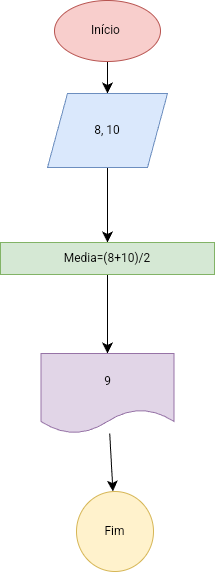
The draw.io diagram variaveiseoperadoresaritimeticos/Cálculomédia.drawio.png in juliaaparecida120/PA_2025, before a commit. Source tidied: cells renumbered, new cells last; positions are measured from the earlier drawing's top-left corner, leaving out a move shared by most shapes. The source it was exported from:
```xml
<mxGraphModel>
  <root>
    <mxCell id="0" />
    <mxCell id="1" parent="0" />
    <mxCell id="2" style="edgeStyle=none;curved=1;rounded=0;jettySize=auto;html=1;fontSize=12;startSize=8;endSize=8;" parent="1" edge="1" source="3" target="5">
      <mxGeometry relative="1" as="geometry" />
    </mxCell>
    <mxCell id="3" value="Início&amp;nbsp;" style="ellipse;whiteSpace=wrap;html=1;fillColor=#f8cecc;strokeColor=#b85450;" parent="1" vertex="1">
      <mxGeometry x="54" width="106" height="61" as="geometry" />
    </mxCell>
    <mxCell id="4" style="edgeStyle=none;curved=1;rounded=0;jettySize=auto;html=1;fontSize=12;startSize=8;endSize=8;" parent="1" edge="1" source="5" target="7">
      <mxGeometry relative="1" as="geometry" />
    </mxCell>
    <mxCell id="5" value="8, 10" style="shape=parallelogram;perimeter=parallelogramPerimeter;whiteSpace=wrap;html=1;fixedSize=1;fillColor=#dae8fc;strokeColor=#6c8ebf;" parent="1" vertex="1">
      <mxGeometry x="47" y="93" width="120" height="74" as="geometry" />
    </mxCell>
    <mxCell id="6" style="edgeStyle=none;curved=1;rounded=0;jettySize=auto;html=1;fontSize=12;startSize=8;endSize=8;" parent="1" edge="1" source="7" target="9">
      <mxGeometry relative="1" as="geometry" />
    </mxCell>
    <mxCell id="7" value="Media=(8+10)/2" style="whiteSpace=wrap;html=1;fillColor=#d5e8d4;strokeColor=#82b366;" parent="1" vertex="1">
      <mxGeometry y="242" width="214" height="32" as="geometry" />
    </mxCell>
    <mxCell id="8" style="edgeStyle=none;curved=1;rounded=0;jettySize=auto;html=1;fontSize=12;startSize=8;endSize=8;" parent="1" edge="1" source="9" target="10">
      <mxGeometry relative="1" as="geometry" />
    </mxCell>
    <mxCell id="9" value="9" style="shape=document;whiteSpace=wrap;html=1;boundedLbl=1;fillColor=#e1d5e7;strokeColor=#9673a6;" parent="1" vertex="1">
      <mxGeometry x="40.5" y="353" width="133" height="80" as="geometry" />
    </mxCell>
    <mxCell id="10" value="Fim" style="ellipse;whiteSpace=wrap;html=1;fillColor=#fff2cc;strokeColor=#d6b656;" parent="1" vertex="1">
      <mxGeometry x="76" y="491" width="77" height="80" as="geometry" />
    </mxCell>
  </root>
</mxGraphModel>
```
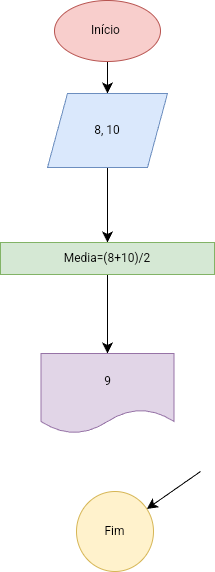
Above is the later version.

Change to the diagram source:
```diff
@@ -20,8 +20,10 @@
     <mxCell id="7" value="Media=(8+10)/2" style="whiteSpace=wrap;html=1;fillColor=#d5e8d4;strokeColor=#82b366;" parent="1" vertex="1">
       <mxGeometry y="242" width="214" height="32" as="geometry" />
     </mxCell>
-    <mxCell id="8" style="edgeStyle=none;curved=1;rounded=0;jettySize=auto;html=1;fontSize=12;startSize=8;endSize=8;" parent="1" edge="1" source="9" target="10">
-      <mxGeometry relative="1" as="geometry" />
+    <mxCell id="8" style="edgeStyle=none;curved=1;rounded=0;jettySize=auto;html=1;fontSize=12;startSize=8;endSize=8;" parent="1" edge="1" target="10">
+      <mxGeometry relative="1" as="geometry">
+        <mxPoint x="200" y="471" as="sourcePoint" />
+      </mxGeometry>
     </mxCell>
     <mxCell id="9" value="9" style="shape=document;whiteSpace=wrap;html=1;boundedLbl=1;fillColor=#e1d5e7;strokeColor=#9673a6;" parent="1" vertex="1">
       <mxGeometry x="40.5" y="353" width="133" height="80" as="geometry" />
```
